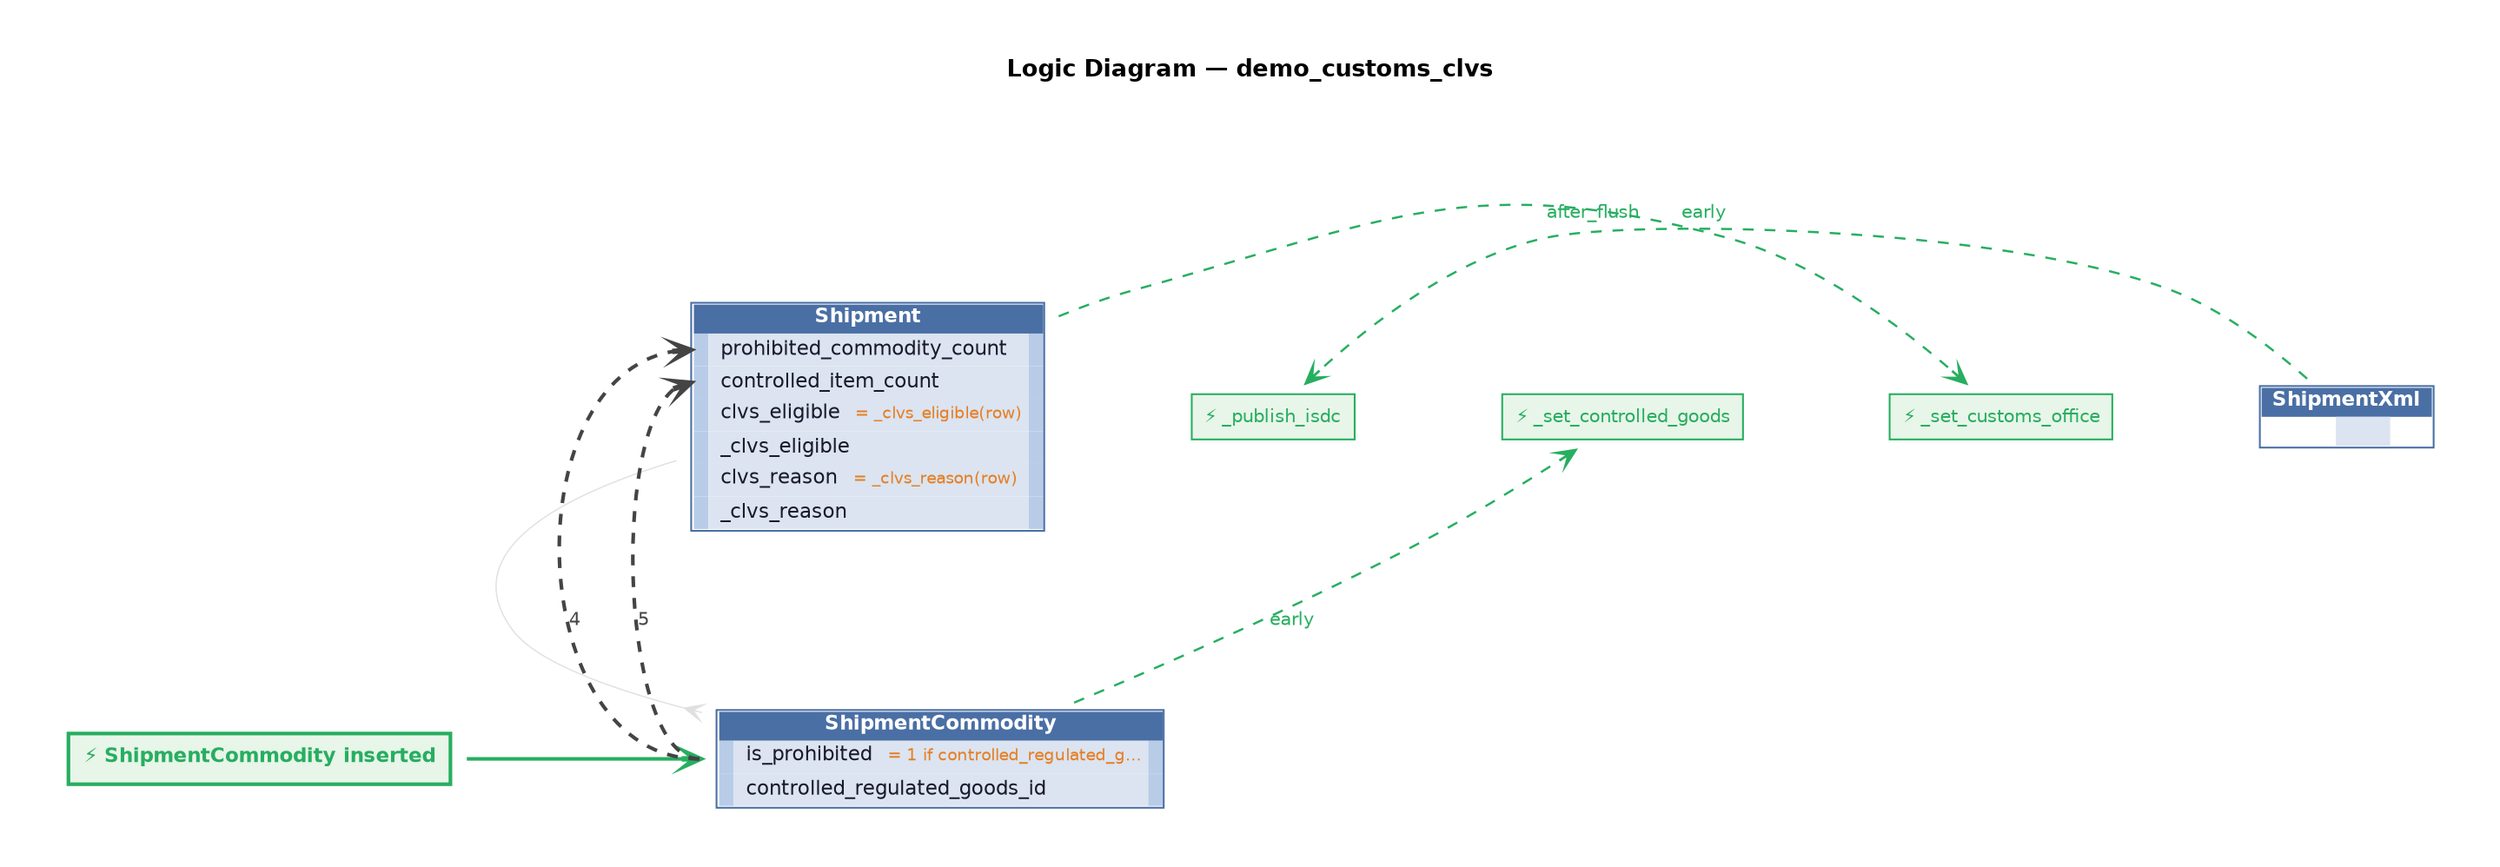
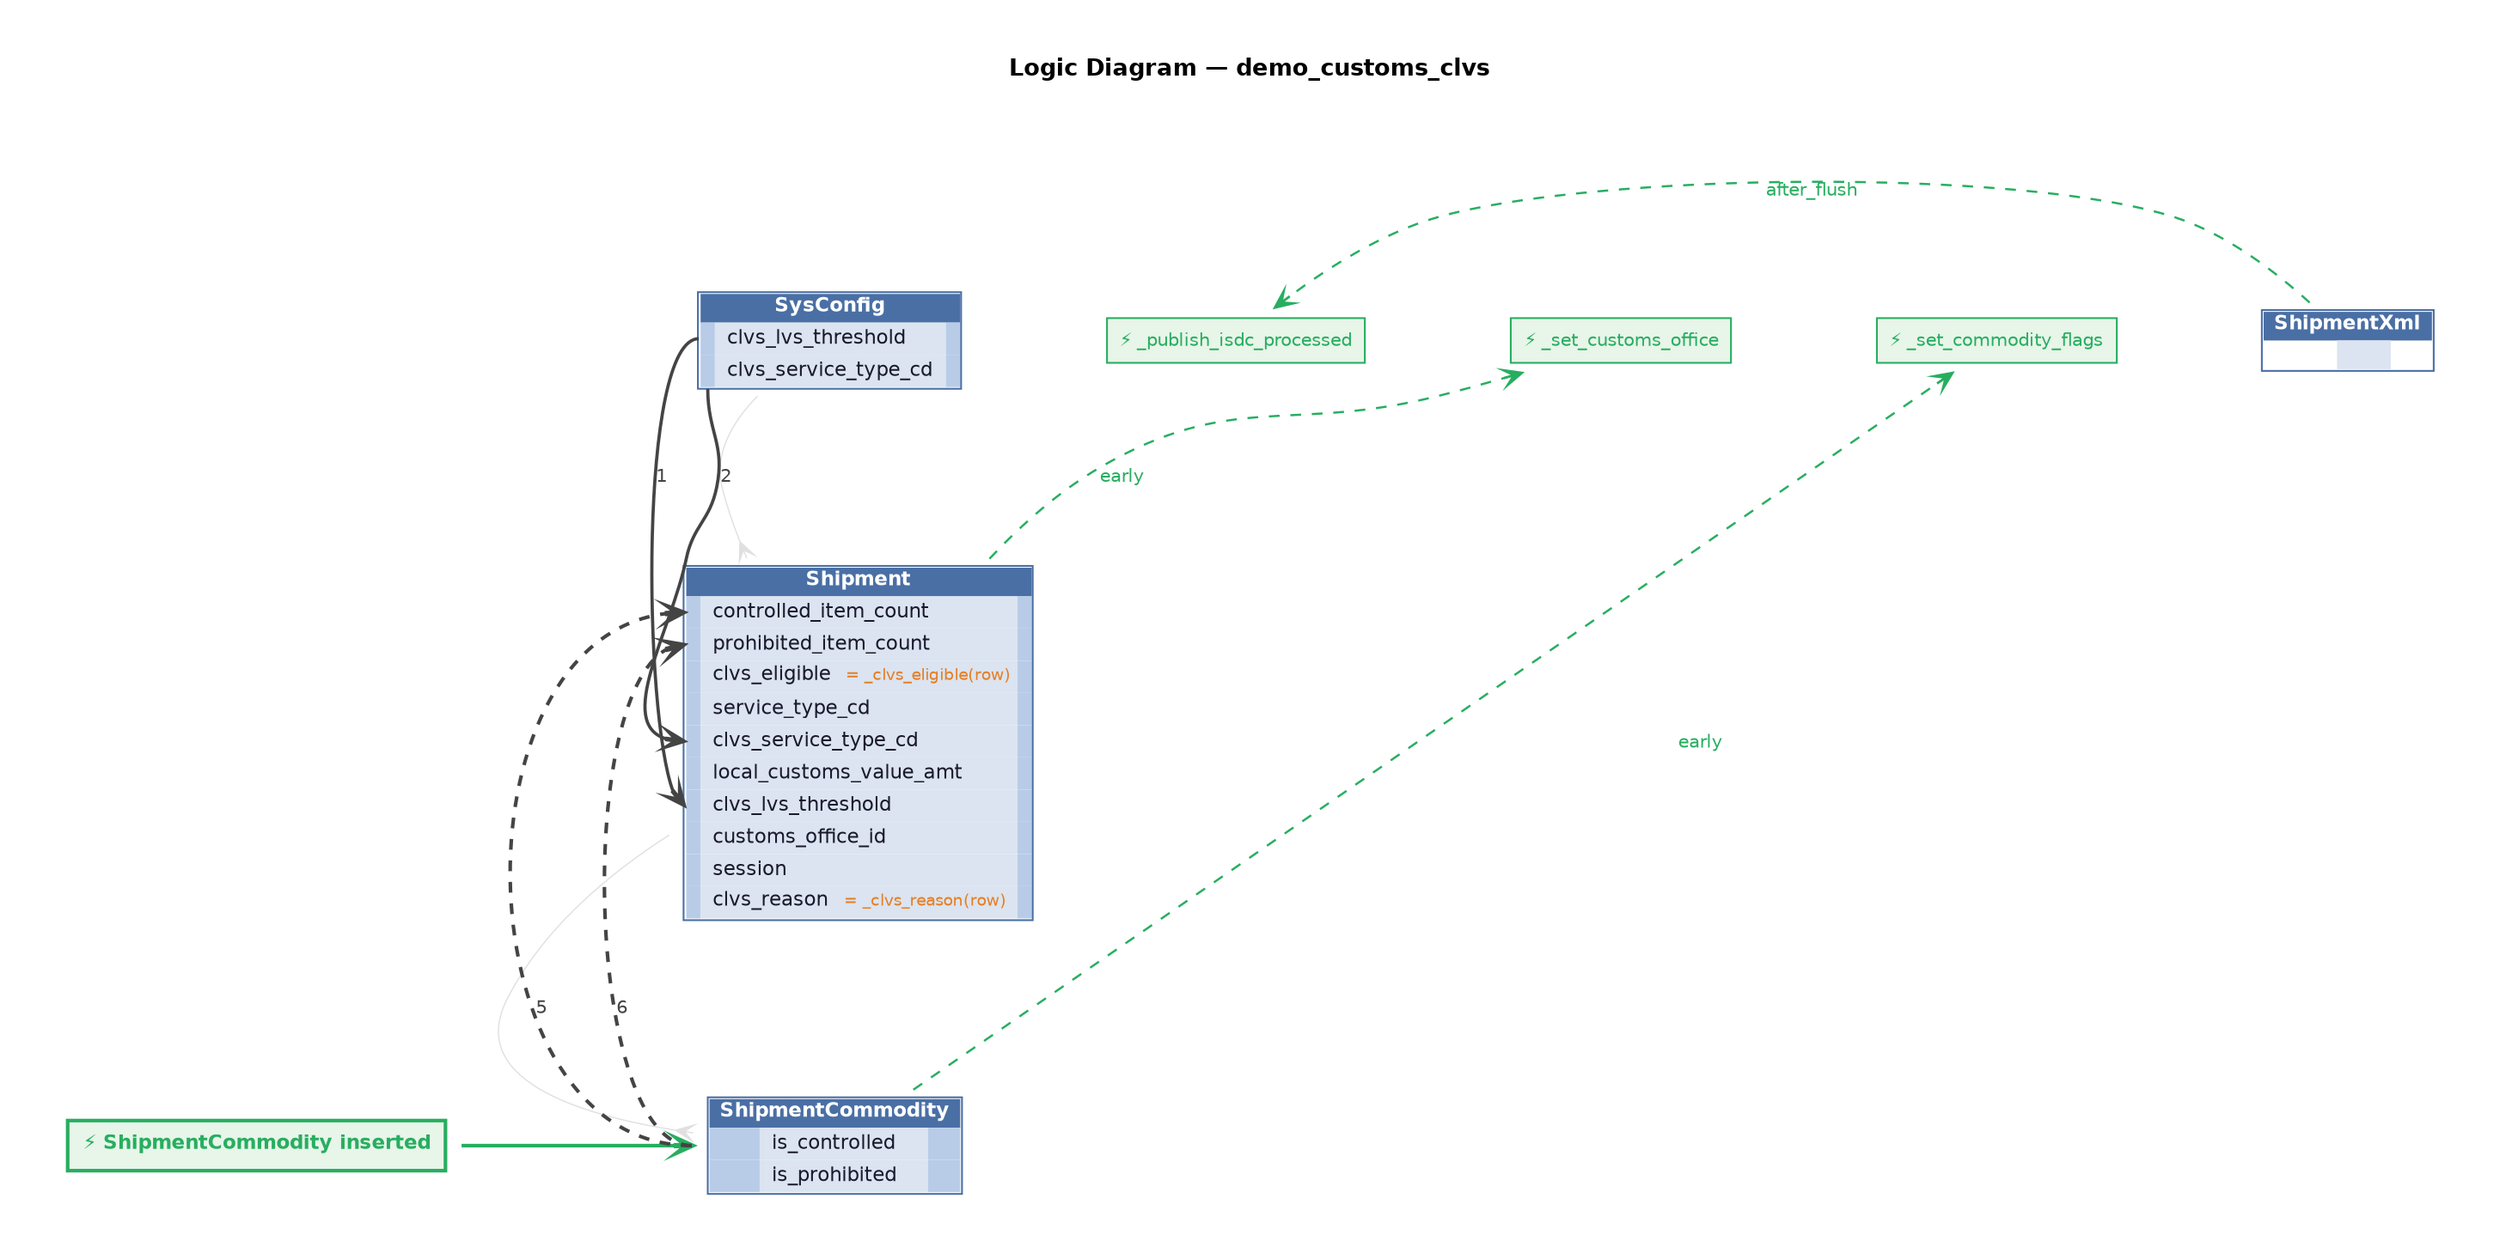
digraph logic {
  graph [rankdir=TB, fontname="Helvetica", fontsize=13,
         label=<<B>Logic Diagram — demo_customs_clvs</B>>, labelloc=t,
         pad=0.4, nodesep=0.90, ranksep=1.10, bgcolor="white",
         splines=spline]
  node  [fontname="Helvetica", fontsize=11, shape=plaintext]
  edge  [fontname="Helvetica", fontsize=10]

  // ── trigger ─────────────────────────────────────────────────────
  TRIGGER [label=<<TABLE BORDER="2" CELLBORDER="0" CELLPADDING="5" BGCOLOR="#e8f5e9" COLOR="#27ae60"><TR><TD><FONT COLOR="#27ae60"><B>&#9889; ShipmentCommodity inserted</B></FONT></TD></TR></TABLE>>, shape=plaintext]

  // ── schema layer ──────────────────────────────────────────────────
-   Shipment [label=<<TABLE BORDER="1" CELLBORDER="0" CELLSPACING="0" COLOR="#4a6fa5"><TR><TD COLSPAN="3" BGCOLOR="#4a6fa5"><FONT COLOR="white"><B> Shipment </B></FONT></TD></TR><TR><TD PORT="Shipment_prohibited_commodity_count_w" WIDTH="6" HEIGHT="18" BGCOLOR="#b8cce8"> </TD><TD PORT="Shipment_prohibited_commodity_count" ALIGN="LEFT" BGCOLOR="#dbe4f0" CELLPADDING="3"><FONT COLOR="#1a1a2e"> prohibited_commodity_count </FONT></TD><TD PORT="Shipment_prohibited_commodity_count_e" WIDTH="6" HEIGHT="18" BGCOLOR="#b8cce8"> </TD></TR><TR><TD PORT="Shipment_controlled_item_count_w" WIDTH="6" HEIGHT="18" BGCOLOR="#b8cce8"> </TD><TD PORT="Shipment_controlled_item_count" ALIGN="LEFT" BGCOLOR="#dbe4f0" CELLPADDING="3"><FONT COLOR="#1a1a2e"> controlled_item_count </FONT></TD><TD PORT="Shipment_controlled_item_count_e" WIDTH="6" HEIGHT="18" BGCOLOR="#b8cce8"> </TD></TR><TR><TD PORT="Shipment_clvs_eligible_w" WIDTH="6" HEIGHT="18" BGCOLOR="#b8cce8"> </TD><TD PORT="Shipment_clvs_eligible" ALIGN="LEFT" BGCOLOR="#dbe4f0" CELLPADDING="3"><FONT COLOR="#1a1a2e"> clvs_eligible </FONT> <FONT COLOR="#e67e22" POINT-SIZE="9">= _clvs_eligible(row)</FONT></TD><TD PORT="Shipment_clvs_eligible_e" WIDTH="6" HEIGHT="18" BGCOLOR="#b8cce8"> </TD></TR><TR><TD PORT="Shipment__clvs_eligible_w" WIDTH="6" HEIGHT="18" BGCOLOR="#b8cce8"> </TD><TD PORT="Shipment__clvs_eligible" ALIGN="LEFT" BGCOLOR="#dbe4f0" CELLPADDING="3"><FONT COLOR="#1a1a2e"> _clvs_eligible </FONT></TD><TD PORT="Shipment__clvs_eligible_e" WIDTH="6" HEIGHT="18" BGCOLOR="#b8cce8"> </TD></TR><TR><TD PORT="Shipment_clvs_reason_w" WIDTH="6" HEIGHT="18" BGCOLOR="#b8cce8"> </TD><TD PORT="Shipment_clvs_reason" ALIGN="LEFT" BGCOLOR="#dbe4f0" CELLPADDING="3"><FONT COLOR="#1a1a2e"> clvs_reason </FONT> <FONT COLOR="#e67e22" POINT-SIZE="9">= _clvs_reason(row)</FONT></TD><TD PORT="Shipment_clvs_reason_e" WIDTH="6" HEIGHT="18" BGCOLOR="#b8cce8"> </TD></TR><TR><TD PORT="Shipment__clvs_reason_w" WIDTH="6" HEIGHT="18" BGCOLOR="#b8cce8"> </TD><TD PORT="Shipment__clvs_reason" ALIGN="LEFT" BGCOLOR="#dbe4f0" CELLPADDING="3"><FONT COLOR="#1a1a2e"> _clvs_reason </FONT></TD><TD PORT="Shipment__clvs_reason_e" WIDTH="6" HEIGHT="18" BGCOLOR="#b8cce8"> </TD></TR></TABLE>>]
-   ShipmentCommodity [label=<<TABLE BORDER="1" CELLBORDER="0" CELLSPACING="0" COLOR="#4a6fa5"><TR><TD COLSPAN="3" BGCOLOR="#4a6fa5"><FONT COLOR="white"><B> ShipmentCommodity </B></FONT></TD></TR><TR><TD PORT="ShipmentCommodity_is_prohibited_w" WIDTH="6" HEIGHT="18" BGCOLOR="#b8cce8"> </TD><TD PORT="ShipmentCommodity_is_prohibited" ALIGN="LEFT" BGCOLOR="#dbe4f0" CELLPADDING="3"><FONT COLOR="#1a1a2e"> is_prohibited </FONT> <FONT COLOR="#e67e22" POINT-SIZE="9">= 1 if controlled_regulated_g...</FONT></TD><TD PORT="ShipmentCommodity_is_prohibited_e" WIDTH="6" HEIGHT="18" BGCOLOR="#b8cce8"> </TD></TR><TR><TD PORT="ShipmentCommodity_controlled_regulated_goods_id_w" WIDTH="6" HEIGHT="18" BGCOLOR="#b8cce8"> </TD><TD PORT="ShipmentCommodity_controlled_regulated_goods_id" ALIGN="LEFT" BGCOLOR="#dbe4f0" CELLPADDING="3"><FONT COLOR="#1a1a2e"> controlled_regulated_goods_id </FONT></TD><TD PORT="ShipmentCommodity_controlled_regulated_goods_id_e" WIDTH="6" HEIGHT="18" BGCOLOR="#b8cce8"> </TD></TR></TABLE>>]
+   Shipment [label=<<TABLE BORDER="1" CELLBORDER="0" CELLSPACING="0" COLOR="#4a6fa5"><TR><TD COLSPAN="3" BGCOLOR="#4a6fa5"><FONT COLOR="white"><B> Shipment </B></FONT></TD></TR><TR><TD PORT="Shipment_controlled_item_count_w" WIDTH="6" HEIGHT="18" BGCOLOR="#b8cce8"> </TD><TD PORT="Shipment_controlled_item_count" ALIGN="LEFT" BGCOLOR="#dbe4f0" CELLPADDING="3"><FONT COLOR="#1a1a2e"> controlled_item_count </FONT></TD><TD PORT="Shipment_controlled_item_count_e" WIDTH="6" HEIGHT="18" BGCOLOR="#b8cce8"> </TD></TR><TR><TD PORT="Shipment_prohibited_item_count_w" WIDTH="6" HEIGHT="18" BGCOLOR="#b8cce8"> </TD><TD PORT="Shipment_prohibited_item_count" ALIGN="LEFT" BGCOLOR="#dbe4f0" CELLPADDING="3"><FONT COLOR="#1a1a2e"> prohibited_item_count </FONT></TD><TD PORT="Shipment_prohibited_item_count_e" WIDTH="6" HEIGHT="18" BGCOLOR="#b8cce8"> </TD></TR><TR><TD PORT="Shipment_clvs_eligible_w" WIDTH="6" HEIGHT="18" BGCOLOR="#b8cce8"> </TD><TD PORT="Shipment_clvs_eligible" ALIGN="LEFT" BGCOLOR="#dbe4f0" CELLPADDING="3"><FONT COLOR="#1a1a2e"> clvs_eligible </FONT> <FONT COLOR="#e67e22" POINT-SIZE="9">= _clvs_eligible(row)</FONT></TD><TD PORT="Shipment_clvs_eligible_e" WIDTH="6" HEIGHT="18" BGCOLOR="#b8cce8"> </TD></TR><TR><TD PORT="Shipment_service_type_cd_w" WIDTH="6" HEIGHT="18" BGCOLOR="#b8cce8"> </TD><TD PORT="Shipment_service_type_cd" ALIGN="LEFT" BGCOLOR="#dbe4f0" CELLPADDING="3"><FONT COLOR="#1a1a2e"> service_type_cd </FONT></TD><TD PORT="Shipment_service_type_cd_e" WIDTH="6" HEIGHT="18" BGCOLOR="#b8cce8"> </TD></TR><TR><TD PORT="Shipment_clvs_service_type_cd_w" WIDTH="6" HEIGHT="18" BGCOLOR="#b8cce8"> </TD><TD PORT="Shipment_clvs_service_type_cd" ALIGN="LEFT" BGCOLOR="#dbe4f0" CELLPADDING="3"><FONT COLOR="#1a1a2e"> clvs_service_type_cd </FONT></TD><TD PORT="Shipment_clvs_service_type_cd_e" WIDTH="6" HEIGHT="18" BGCOLOR="#b8cce8"> </TD></TR><TR><TD PORT="Shipment_local_customs_value_amt_w" WIDTH="6" HEIGHT="18" BGCOLOR="#b8cce8"> </TD><TD PORT="Shipment_local_customs_value_amt" ALIGN="LEFT" BGCOLOR="#dbe4f0" CELLPADDING="3"><FONT COLOR="#1a1a2e"> local_customs_value_amt </FONT></TD><TD PORT="Shipment_local_customs_value_amt_e" WIDTH="6" HEIGHT="18" BGCOLOR="#b8cce8"> </TD></TR><TR><TD PORT="Shipment_clvs_lvs_threshold_w" WIDTH="6" HEIGHT="18" BGCOLOR="#b8cce8"> </TD><TD PORT="Shipment_clvs_lvs_threshold" ALIGN="LEFT" BGCOLOR="#dbe4f0" CELLPADDING="3"><FONT COLOR="#1a1a2e"> clvs_lvs_threshold </FONT></TD><TD PORT="Shipment_clvs_lvs_threshold_e" WIDTH="6" HEIGHT="18" BGCOLOR="#b8cce8"> </TD></TR><TR><TD PORT="Shipment_customs_office_id_w" WIDTH="6" HEIGHT="18" BGCOLOR="#b8cce8"> </TD><TD PORT="Shipment_customs_office_id" ALIGN="LEFT" BGCOLOR="#dbe4f0" CELLPADDING="3"><FONT COLOR="#1a1a2e"> customs_office_id </FONT></TD><TD PORT="Shipment_customs_office_id_e" WIDTH="6" HEIGHT="18" BGCOLOR="#b8cce8"> </TD></TR><TR><TD PORT="Shipment_session_w" WIDTH="6" HEIGHT="18" BGCOLOR="#b8cce8"> </TD><TD PORT="Shipment_session" ALIGN="LEFT" BGCOLOR="#dbe4f0" CELLPADDING="3"><FONT COLOR="#1a1a2e"> session </FONT></TD><TD PORT="Shipment_session_e" WIDTH="6" HEIGHT="18" BGCOLOR="#b8cce8"> </TD></TR><TR><TD PORT="Shipment_clvs_reason_w" WIDTH="6" HEIGHT="18" BGCOLOR="#b8cce8"> </TD><TD PORT="Shipment_clvs_reason" ALIGN="LEFT" BGCOLOR="#dbe4f0" CELLPADDING="3"><FONT COLOR="#1a1a2e"> clvs_reason </FONT> <FONT COLOR="#e67e22" POINT-SIZE="9">= _clvs_reason(row)</FONT></TD><TD PORT="Shipment_clvs_reason_e" WIDTH="6" HEIGHT="18" BGCOLOR="#b8cce8"> </TD></TR></TABLE>>]
+   ShipmentCommodity [label=<<TABLE BORDER="1" CELLBORDER="0" CELLSPACING="0" COLOR="#4a6fa5"><TR><TD COLSPAN="3" BGCOLOR="#4a6fa5"><FONT COLOR="white"><B> ShipmentCommodity </B></FONT></TD></TR><TR><TD PORT="ShipmentCommodity_is_controlled_w" WIDTH="6" HEIGHT="18" BGCOLOR="#b8cce8"> </TD><TD PORT="ShipmentCommodity_is_controlled" ALIGN="LEFT" BGCOLOR="#dbe4f0" CELLPADDING="3"><FONT COLOR="#1a1a2e"> is_controlled </FONT></TD><TD PORT="ShipmentCommodity_is_controlled_e" WIDTH="6" HEIGHT="18" BGCOLOR="#b8cce8"> </TD></TR><TR><TD PORT="ShipmentCommodity_is_prohibited_w" WIDTH="6" HEIGHT="18" BGCOLOR="#b8cce8"> </TD><TD PORT="ShipmentCommodity_is_prohibited" ALIGN="LEFT" BGCOLOR="#dbe4f0" CELLPADDING="3"><FONT COLOR="#1a1a2e"> is_prohibited </FONT></TD><TD PORT="ShipmentCommodity_is_prohibited_e" WIDTH="6" HEIGHT="18" BGCOLOR="#b8cce8"> </TD></TR></TABLE>>]
  ShipmentXml [label=<<TABLE BORDER="1" CELLBORDER="0" CELLSPACING="0" COLOR="#4a6fa5"><TR><TD COLSPAN="3" BGCOLOR="#4a6fa5"><FONT COLOR="white"><B> ShipmentXml </B></FONT></TD></TR><TR><TD></TD><TD BGCOLOR="#dbe4f0"><FONT COLOR="#1a1a2e">  </FONT></TD><TD></TD></TR></TABLE>>]
+   SysConfig [label=<<TABLE BORDER="1" CELLBORDER="0" CELLSPACING="0" COLOR="#4a6fa5"><TR><TD COLSPAN="3" BGCOLOR="#4a6fa5"><FONT COLOR="white"><B> SysConfig </B></FONT></TD></TR><TR><TD PORT="SysConfig_clvs_lvs_threshold_w" WIDTH="6" HEIGHT="18" BGCOLOR="#b8cce8"> </TD><TD PORT="SysConfig_clvs_lvs_threshold" ALIGN="LEFT" BGCOLOR="#dbe4f0" CELLPADDING="3"><FONT COLOR="#1a1a2e"> clvs_lvs_threshold </FONT></TD><TD PORT="SysConfig_clvs_lvs_threshold_e" WIDTH="6" HEIGHT="18" BGCOLOR="#b8cce8"> </TD></TR><TR><TD PORT="SysConfig_clvs_service_type_cd_w" WIDTH="6" HEIGHT="18" BGCOLOR="#b8cce8"> </TD><TD PORT="SysConfig_clvs_service_type_cd" ALIGN="LEFT" BGCOLOR="#dbe4f0" CELLPADDING="3"><FONT COLOR="#1a1a2e"> clvs_service_type_cd </FONT></TD><TD PORT="SysConfig_clvs_service_type_cd_e" WIDTH="6" HEIGHT="18" BGCOLOR="#b8cce8"> </TD></TR></TABLE>>]
  // ── rank groupings ────────────────────────────────────────────────
-   { rank=min; ShipmentXml; Shipment }
+   { rank=min; SysConfig; ShipmentXml }
+   { rank=same; Shipment }
  { rank=max; ShipmentCommodity; TRIGGER }

  // ── FK relationships ───────────────────────────────────────────
+   Shipment -> SysConfig [color="#e0e0e0", style=solid, arrowhead=none, arrowtail=crow, dir=both, penwidth=0.7, constraint=false, weight=1]
  ShipmentCommodity -> Shipment [color="#e0e0e0", style=solid, arrowhead=none, arrowtail=crow, dir=both, penwidth=0.7, constraint=false, weight=1]

  // ── trigger edge ──────────────────────────────────────────────
  TRIGGER -> ShipmentCommodity [color="#27ae60", style=bold, arrowhead=vee, penwidth=2, weight=10]

  // ── logic edges ────────────────────────────────────────────────────
-   // INTRA:ShipmentCommodity:controlled_regulated_goods_id:is_prohibited:1:0
-   // INTRA:Shipment:_clvs_eligible:clvs_eligible:2:0
-   // INTRA:Shipment:_clvs_reason:clvs_reason:3:1
-   ShipmentCommodity -> Shipment:Shipment_prohibited_commodity_count_w [label="4", color="#444444", fontcolor="#444444", arrowhead=vee, penwidth=2, style=dashed, weight=8, tailport=w]
+   SysConfig:SysConfig_clvs_lvs_threshold_w -> Shipment:Shipment_clvs_lvs_threshold_w [label="1", color="#444444", fontcolor="#444444", arrowhead=vee, penwidth=1.8, weight=8]
+   SysConfig:SysConfig_clvs_service_type_cd_w -> Shipment:Shipment_clvs_service_type_cd_w [label="2", color="#444444", fontcolor="#444444", arrowhead=vee, penwidth=1.8, weight=8]
+   // INTRA:Shipment:controlled_item_count:clvs_eligible:3:0
+   // INTRA:Shipment:session:clvs_eligible:3:1
+   // INTRA:Shipment:controlled_item_count:clvs_reason:4:2
+   // INTRA:Shipment:session:clvs_reason:4:3
  ShipmentCommodity -> Shipment:Shipment_controlled_item_count_w [label="5", color="#444444", fontcolor="#444444", arrowhead=vee, penwidth=2, style=dashed, weight=8, tailport=w]
+   ShipmentCommodity -> Shipment:Shipment_prohibited_item_count_w [label="6", color="#444444", fontcolor="#444444", arrowhead=vee, penwidth=2, style=dashed, weight=8, tailport=w]

  // ── events (right cluster) ─────────────────────────────────────
  subgraph cluster_events {
    style=invis
+     evt__set_commodity_flags [label=<<TABLE BORDER="1" CELLBORDER="0" CELLPADDING="4" BGCOLOR="#e8f5e9" COLOR="#27ae60"><TR><TD><FONT COLOR="#27ae60" POINT-SIZE="10">&#9889; _set_commodity_flags</FONT></TD></TR></TABLE>>, shape=plaintext]
    evt__set_customs_office [label=<<TABLE BORDER="1" CELLBORDER="0" CELLPADDING="4" BGCOLOR="#e8f5e9" COLOR="#27ae60"><TR><TD><FONT COLOR="#27ae60" POINT-SIZE="10">&#9889; _set_customs_office</FONT></TD></TR></TABLE>>, shape=plaintext]
-     evt__set_controlled_goods [label=<<TABLE BORDER="1" CELLBORDER="0" CELLPADDING="4" BGCOLOR="#e8f5e9" COLOR="#27ae60"><TR><TD><FONT COLOR="#27ae60" POINT-SIZE="10">&#9889; _set_controlled_goods</FONT></TD></TR></TABLE>>, shape=plaintext]
-     evt__publish_isdc [label=<<TABLE BORDER="1" CELLBORDER="0" CELLPADDING="4" BGCOLOR="#e8f5e9" COLOR="#27ae60"><TR><TD><FONT COLOR="#27ae60" POINT-SIZE="10">&#9889; _publish_isdc</FONT></TD></TR></TABLE>>, shape=plaintext]
+     evt__publish_isdc_processed [label=<<TABLE BORDER="1" CELLBORDER="0" CELLPADDING="4" BGCOLOR="#e8f5e9" COLOR="#27ae60"><TR><TD><FONT COLOR="#27ae60" POINT-SIZE="10">&#9889; _publish_isdc_processed</FONT></TD></TR></TABLE>>, shape=plaintext]
  }
+   ShipmentCommodity -> evt__set_commodity_flags [label="early", color="#27ae60", style=dashed, arrowhead=open, penwidth=1.2, fontcolor="#27ae60", constraint=false]
  Shipment -> evt__set_customs_office [label="early", color="#27ae60", style=dashed, arrowhead=open, penwidth=1.2, fontcolor="#27ae60", constraint=false]
-   ShipmentCommodity -> evt__set_controlled_goods [label="early", color="#27ae60", style=dashed, arrowhead=open, penwidth=1.2, fontcolor="#27ae60", constraint=false]
-   ShipmentXml -> evt__publish_isdc [label="after_flush", color="#27ae60", style=dashed, arrowhead=open, penwidth=1.2, fontcolor="#27ae60", constraint=false]
+   ShipmentXml -> evt__publish_isdc_processed [label="after_flush", color="#27ae60", style=dashed, arrowhead=open, penwidth=1.2, fontcolor="#27ae60", constraint=false]
}